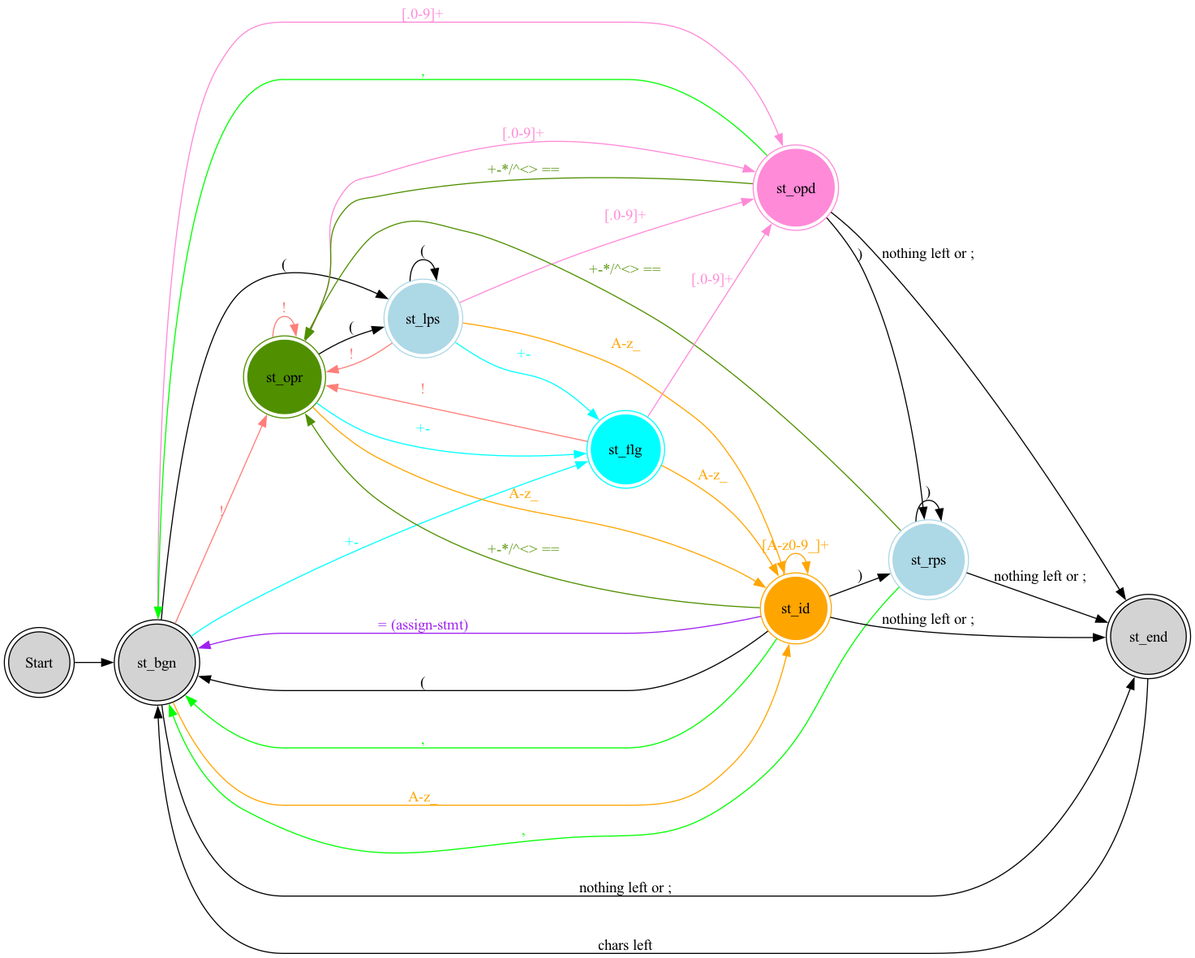
Earlier version of the Graphviz export state_transition.png (jacoolee/calc). Its source is kept beside it as state_transition.dot.
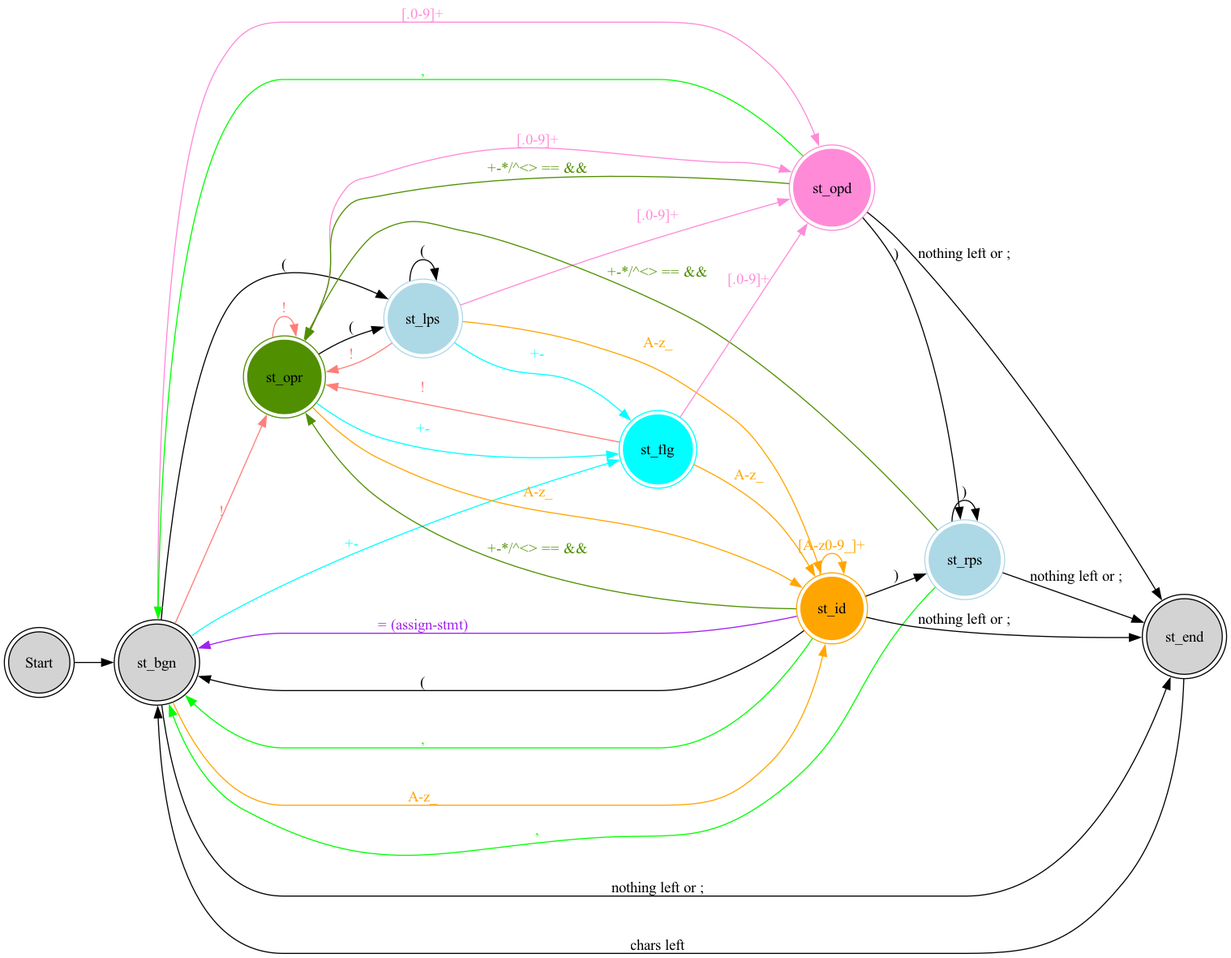
Above is the later version.

The edit, as a diff of the source:
```diff
@@ -23,7 +23,7 @@
         st_bgn -> st_end[label="nothing left or ;"];
         st_bgn -> st_opr[label="!",color="#ff7e79",fontcolor="#ff7e79"];
 
-        st_opd -> st_opr[label="+-*/^<> ==", color="#4f8f00", fontcolor="#4f8f00"];
+        st_opd -> st_opr[label="+-*/^<> == &&", color="#4f8f00", fontcolor="#4f8f00"];
         st_opd -> st_rps[label=")"];
         st_opd -> st_bgn[label=",", color="green", fontcolor="green"];
         st_opd -> st_end[label="nothing left or ;"];
@@ -40,7 +40,7 @@
         st_lps -> st_id[label="A-z_", color="orange", fontcolor="orange"];
         st_lps -> st_opr[label="!",color="#ff7e79",fontcolor="#ff7e79"];
 
-        st_rps -> st_opr[label="+-*/^<> ==", color="#4f8f00", fontcolor="#4f8f00"];
+        st_rps -> st_opr[label="+-*/^<> == &&", color="#4f8f00", fontcolor="#4f8f00"];
         st_rps -> st_rps[label=")"];
         st_rps -> st_bgn[label=",", color="green", fontcolor="green"];
         st_rps -> st_end[label="nothing left or ;"];
@@ -51,7 +51,7 @@
 
         st_id -> st_id[label="[A-z0-9_]+", color="orange", fontcolor="orange"];
         st_id -> st_bgn[label="("];
-        st_id -> st_opr[label="+-*/^<> ==", color="#4f8f00", fontcolor="#4f8f00"];
+        st_id -> st_opr[label="+-*/^<> == &&", color="#4f8f00", fontcolor="#4f8f00"];
         st_id -> st_rps[label=")"];
         st_id -> st_bgn[label=",", color="green", fontcolor="green"];
         st_id -> st_end[label="nothing left or ;"];
```
